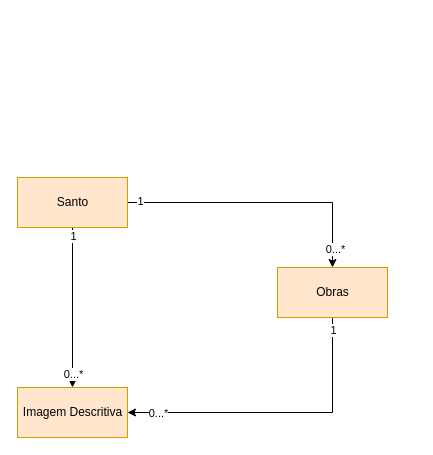
Before: page "Conceptual Model" (1 of 2) of Documentation/Untitled Diagram.drawio in the-catholics/Saints-API, a draw.io diagram. Source tidied: cells renumbered, new cells numbered last; positions are measured from the earlier drawing's top-left corner, leaving out a move shared by most shapes. Both pictures are drawn from the tidied source at 100%, with x=0, y=0 at pixel (17, 177).
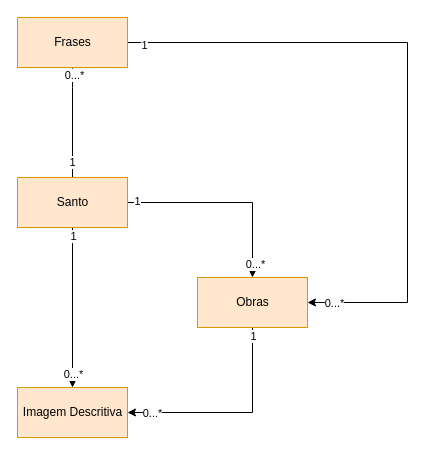
After the change.

Unchanged cells that the change refers to:
```xml
<mxCell id="8" value="Santo" style="html=1;fillColor=#ffe6cc;strokeColor=#d79b00;" parent="1" vertex="1">
  <mxGeometry width="110" height="50" as="geometry" />
</mxCell>
<mxCell id="13" value="Imagem Descritiva" style="html=1;fillColor=#ffe6cc;strokeColor=#d79b00;" parent="1" vertex="1">
  <mxGeometry y="210" width="110" height="50" as="geometry" />
</mxCell>
```

Change to the diagram source:
```diff
@@
+    <mxCell id="14" style="edgeStyle=orthogonalEdgeStyle;rounded=0;jettySize=auto;html=1;" parent="1" edge="1" source="8" target="20">
+      <mxGeometry relative="1" as="geometry">
+        <Array as="points">
+          <mxPoint x="55" y="-90" />
+        </Array>
+      </mxGeometry>
+    </mxCell>
+    <mxCell id="15" value="1" style="edgeLabel;html=1;align=center;verticalAlign=middle;" parent="14" vertex="1">
+      <mxGeometry x="-0.92" y="1" relative="1" as="geometry">
+        <mxPoint y="-12" as="offset" />
+      </mxGeometry>
+    </mxCell>
+    <mxCell id="16" value="0...*" style="edgeLabel;html=1;align=center;verticalAlign=middle;" parent="14" vertex="1">
+      <mxGeometry x="0.88" y="-1" relative="1" as="geometry" />
+    </mxCell>
@@
     <mxCell id="9" style="edgeStyle=orthogonalEdgeStyle;rounded=0;jettySize=auto;html=1;" parent="1" edge="1" source="12" target="13">
       <mxGeometry relative="1" as="geometry">
         <Array as="points">
-          <mxPoint x="315" y="235" />
+          <mxPoint x="235" y="235" />
         </Array>
       </mxGeometry>
     </mxCell>
@@
     <mxCell id="12" value="Obras" style="html=1;fillColor=#ffe6cc;strokeColor=#d79b00;" parent="1" vertex="1">
-      <mxGeometry x="260" y="90" width="110" height="50" as="geometry" />
+      <mxGeometry x="180" y="100" width="110" height="50" as="geometry" />
     </mxCell>
@@
+    <mxCell id="17" style="edgeStyle=orthogonalEdgeStyle;rounded=0;jettySize=auto;html=1;" parent="1" edge="1" source="20" target="12">
+      <mxGeometry relative="1" as="geometry">
+        <Array as="points">
+          <mxPoint x="390" y="-135" />
+          <mxPoint x="390" y="125" />
+        </Array>
+      </mxGeometry>
+    </mxCell>
+    <mxCell id="18" value="1" style="edgeLabel;html=1;align=center;verticalAlign=middle;" parent="17" vertex="1">
+      <mxGeometry x="-0.95" y="-2" relative="1" as="geometry" />
+    </mxCell>
+    <mxCell id="19" value="0...*" style="edgeLabel;html=1;align=center;verticalAlign=middle;" parent="17" vertex="1">
+      <mxGeometry x="0.92" relative="1" as="geometry" />
+    </mxCell>
+    <mxCell id="20" value="Frases" style="html=1;fillColor=#ffe6cc;strokeColor=#d79b00;" parent="1" vertex="1">
+      <mxGeometry y="-160" width="110" height="50" as="geometry" />
+    </mxCell>
```
